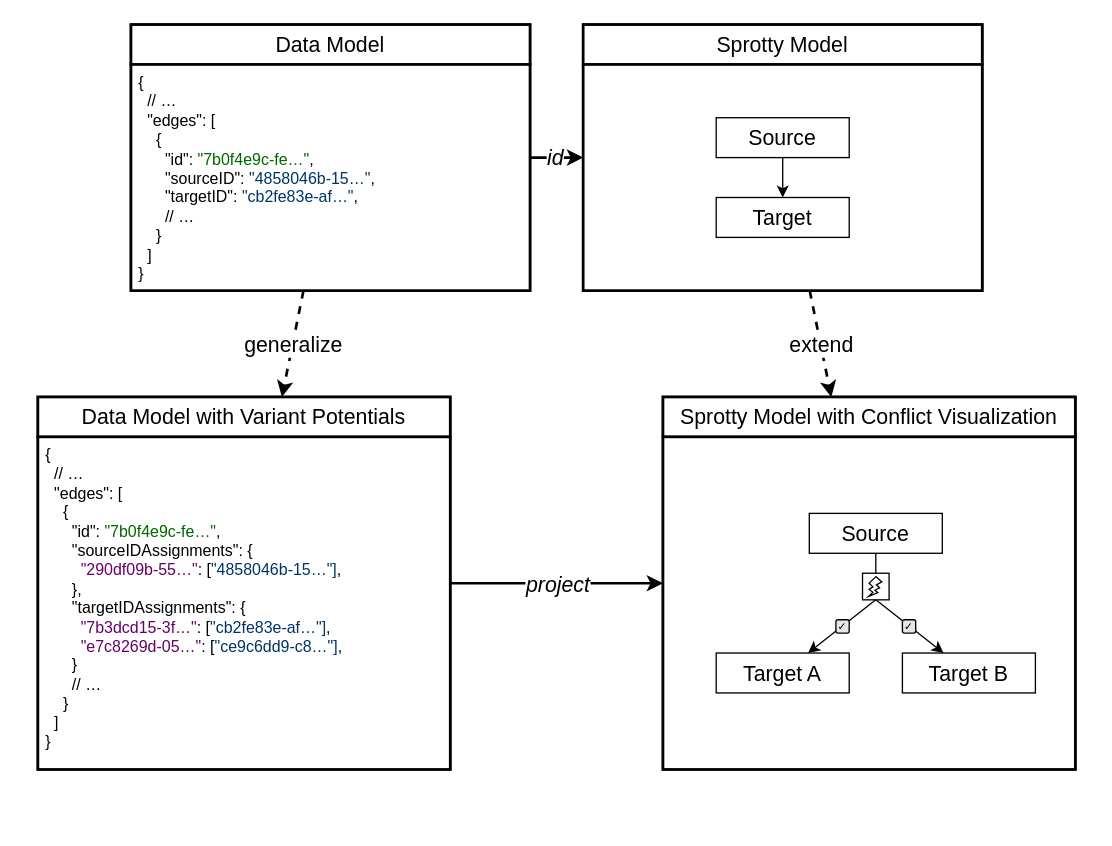
Earlier version of the draw.io diagram docs/vuepress/src/content/developer-guide/overview/assets/lazy-merging.drawio (SoweluAvanzo/DAO-ML_Cinco_Cloud_Editor). Source tidied: cells renumbered, new cells numbered last; positions are measured from the earlier drawing's top-left corner, leaving out a move shared by most shapes. Both pictures are drawn from the tidied source at 133%, with x=0, y=0 at pixel (37, 24).
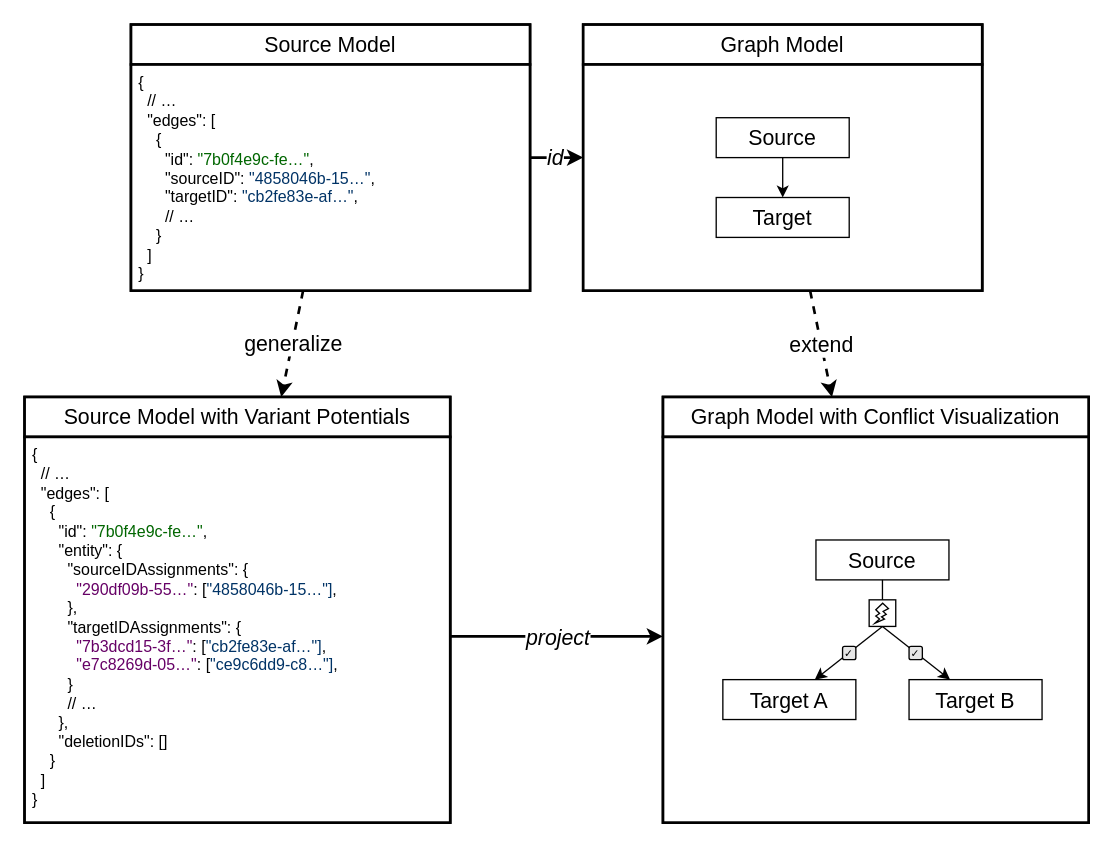
The same page after the edit.

Commit message (it also covers changes not shown here):
lazy merging: Model edit/delete conflicts in illustration

See #325

Diff of the diagram source:
```diff
@@
-    <mxCell id="10" style="edgeStyle=none;html=1;fontSize=16;fontFamily=Fira;strokeWidth=2;" parent="1" edge="1" source="12" target="13">
-      <mxGeometry relative="1" as="geometry" />
+    <mxCell id="10" style="edgeStyle=none;html=1;fontSize=16;fontFamily=Fira;strokeWidth=2;" parent="1" edge="1">
+      <mxGeometry relative="1" as="geometry">
+        <mxPoint x="310" y="460" as="sourcePoint" />
+        <mxPoint x="470" y="460" as="targetPoint" />
+      </mxGeometry>
     </mxCell>
@@
     <mxCell id="12" style="rounded=0;whiteSpace=wrap;html=1;fontSize=16;fontFamily=Fira;strokeWidth=2;" parent="1" vertex="1">
-      <mxGeometry y="280" width="310" height="280" as="geometry" />
+      <mxGeometry x="-10" y="280" width="320" height="320" as="geometry" />
     </mxCell>
     <mxCell id="13" style="rounded=0;whiteSpace=wrap;html=1;fontSize=16;fontFamily=Fira;strokeWidth=2;" parent="1" vertex="1">
-      <mxGeometry x="470" y="280" width="310" height="280" as="geometry" />
+      <mxGeometry x="470" y="280" width="320" height="320" as="geometry" />
     </mxCell>
-    <mxCell id="14" value="Data Model" style="rounded=0;whiteSpace=wrap;html=1;fontSize=16;fontFamily=Fira;strokeWidth=2;" parent="1" vertex="1">
+    <mxCell id="14" value="Source Model" style="rounded=0;whiteSpace=wrap;html=1;fontSize=16;fontFamily=Fira;strokeWidth=2;" parent="1" vertex="1">
       <mxGeometry x="70" width="300" height="30" as="geometry" />
     </mxCell>
-    <mxCell id="15" value="Sprotty Model" style="rounded=0;whiteSpace=wrap;html=1;fontSize=16;fontFamily=Fira;strokeWidth=2;" parent="1" vertex="1">
+    <mxCell id="15" value="Graph Model" style="rounded=0;whiteSpace=wrap;html=1;fontSize=16;fontFamily=Fira;strokeWidth=2;" parent="1" vertex="1">
       <mxGeometry x="410" width="300" height="30" as="geometry" />
     </mxCell>
-    <mxCell id="16" value="Data Model with Variant Potentials" style="rounded=0;whiteSpace=wrap;html=1;fontSize=16;fontFamily=Fira;strokeWidth=2;" parent="1" vertex="1">
-      <mxGeometry y="280" width="310" height="30" as="geometry" />
+    <mxCell id="16" value="Source Model with Variant Potentials" style="rounded=0;whiteSpace=wrap;html=1;fontSize=16;fontFamily=Fira;strokeWidth=2;" parent="1" vertex="1">
+      <mxGeometry x="-10" y="280" width="320" height="30" as="geometry" />
     </mxCell>
-    <mxCell id="17" value="Sprotty Model with Conflict Visualization" style="rounded=0;whiteSpace=wrap;html=1;fontSize=16;fontFamily=Fira;strokeWidth=2;" parent="1" vertex="1">
-      <mxGeometry x="470" y="280" width="310" height="30" as="geometry" />
+    <mxCell id="17" value="Graph Model with Conflict Visualization" style="rounded=0;whiteSpace=wrap;html=1;fontSize=16;fontFamily=Fira;strokeWidth=2;" parent="1" vertex="1">
+      <mxGeometry x="470" y="280" width="320" height="30" as="geometry" />
     </mxCell>
@@
-    <mxCell id="19" value="{&lt;br style=&quot;border-color: var(--border-color);&quot;&gt;&amp;nbsp; // …&lt;br style=&quot;border-color: var(--border-color);&quot;&gt;&amp;nbsp; &quot;edges&quot;: [&lt;br style=&quot;border-color: var(--border-color);&quot;&gt;&amp;nbsp; &amp;nbsp; {&lt;br style=&quot;border-color: var(--border-color);&quot;&gt;&amp;nbsp; &amp;nbsp; &amp;nbsp; &quot;id&quot;: &lt;font color=&quot;#006600&quot;&gt;&quot;7b0f4e9c-fe…&quot;&lt;/font&gt;,&lt;br style=&quot;border-color: var(--border-color);&quot;&gt;&amp;nbsp; &amp;nbsp; &amp;nbsp; &quot;sourceIDAssignments&quot;: {&lt;br&gt;&amp;nbsp; &amp;nbsp; &amp;nbsp; &amp;nbsp; &lt;font color=&quot;#660066&quot;&gt;&quot;290df09b-55…&quot;&lt;/font&gt;: [&lt;font color=&quot;#003366&quot;&gt;&quot;4858046b-15…&quot;]&lt;/font&gt;,&lt;br&gt;&amp;nbsp; &amp;nbsp; &amp;nbsp; },&lt;br style=&quot;border-color: var(--border-color);&quot;&gt;&amp;nbsp; &amp;nbsp; &amp;nbsp; &quot;targetIDAssignments&quot;: {&lt;br style=&quot;border-color: var(--border-color);&quot;&gt;&amp;nbsp; &amp;nbsp; &amp;nbsp; &amp;nbsp; &lt;font color=&quot;#660066&quot;&gt;&quot;7b3dcd15-3f…&quot;&lt;/font&gt;: [&lt;font color=&quot;#003366&quot;&gt;&quot;cb2fe83e-af…&quot;]&lt;/font&gt;,&lt;br style=&quot;border-color: var(--border-color);&quot;&gt;&amp;nbsp; &amp;nbsp; &amp;nbsp; &amp;nbsp; &lt;font color=&quot;#660066&quot;&gt;&quot;e7c8269d-05…&quot;&lt;/font&gt;: [&lt;font color=&quot;#003366&quot;&gt;&quot;ce9c6dd9-c8…&quot;]&lt;/font&gt;,&lt;br&gt;&amp;nbsp; &amp;nbsp; &amp;nbsp; }&lt;br style=&quot;border-color: var(--border-color);&quot;&gt;&amp;nbsp; &amp;nbsp; &amp;nbsp; // …&lt;br style=&quot;border-color: var(--border-color);&quot;&gt;&amp;nbsp; &amp;nbsp; }&lt;br style=&quot;border-color: var(--border-color);&quot;&gt;&amp;nbsp; ]&lt;br style=&quot;border-color: var(--border-color);&quot;&gt;}" style="rounded=0;whiteSpace=wrap;html=1;fontFamily=Source Code Pro;fontSize=12;align=left;verticalAlign=top;strokeWidth=2;spacingLeft=4;" parent="1" vertex="1">
-      <mxGeometry y="310" width="310" height="250" as="geometry" />
+    <mxCell id="19" value="{&lt;br style=&quot;border-color: var(--border-color);&quot;&gt;&amp;nbsp; // …&lt;br style=&quot;border-color: var(--border-color);&quot;&gt;&amp;nbsp; &quot;edges&quot;: [&lt;br style=&quot;border-color: var(--border-color);&quot;&gt;&amp;nbsp; &amp;nbsp; {&lt;br&gt;&amp;nbsp; &amp;nbsp; &amp;nbsp; &quot;id&quot;:&amp;nbsp;&lt;font style=&quot;border-color: var(--border-color);&quot; color=&quot;#006600&quot;&gt;&quot;7b0f4e9c-fe…&quot;&lt;/font&gt;,&lt;br&gt;&amp;nbsp; &amp;nbsp; &amp;nbsp; &quot;entity&quot;: {&lt;br style=&quot;border-color: var(--border-color);&quot;&gt;&amp;nbsp; &amp;nbsp; &amp;nbsp; &amp;nbsp; &quot;sourceIDAssignments&quot;: {&lt;br&gt;&amp;nbsp; &amp;nbsp; &amp;nbsp; &amp;nbsp; &amp;nbsp;&amp;nbsp;&lt;font color=&quot;#660066&quot;&gt;&quot;290df09b-55…&quot;&lt;/font&gt;: [&lt;font color=&quot;#003366&quot;&gt;&quot;4858046b-15…&quot;]&lt;/font&gt;,&lt;br&gt;&amp;nbsp; &amp;nbsp; &amp;nbsp; &amp;nbsp; },&lt;br style=&quot;border-color: var(--border-color);&quot;&gt;&amp;nbsp; &amp;nbsp; &amp;nbsp; &amp;nbsp; &quot;targetIDAssignments&quot;: {&lt;br style=&quot;border-color: var(--border-color);&quot;&gt;&amp;nbsp; &amp;nbsp; &amp;nbsp; &amp;nbsp; &amp;nbsp;&amp;nbsp;&lt;font color=&quot;#660066&quot;&gt;&quot;7b3dcd15-3f…&quot;&lt;/font&gt;: [&lt;font color=&quot;#003366&quot;&gt;&quot;cb2fe83e-af…&quot;]&lt;/font&gt;,&lt;br style=&quot;border-color: var(--border-color);&quot;&gt;&amp;nbsp; &amp;nbsp; &amp;nbsp; &amp;nbsp; &amp;nbsp;&amp;nbsp;&lt;font color=&quot;#660066&quot;&gt;&quot;e7c8269d-05…&quot;&lt;/font&gt;: [&lt;font color=&quot;#003366&quot;&gt;&quot;ce9c6dd9-c8…&quot;]&lt;/font&gt;,&lt;br&gt;&amp;nbsp; &amp;nbsp; &amp;nbsp; &amp;nbsp; }&lt;br style=&quot;border-color: var(--border-color);&quot;&gt;&amp;nbsp; &amp;nbsp; &amp;nbsp; &amp;nbsp; // …&lt;br&gt;&amp;nbsp; &amp;nbsp; &amp;nbsp; },&lt;br&gt;&amp;nbsp; &amp;nbsp; &amp;nbsp; &quot;deletionIDs&quot;: []&lt;br style=&quot;border-color: var(--border-color);&quot;&gt;&amp;nbsp; &amp;nbsp; }&lt;br style=&quot;border-color: var(--border-color);&quot;&gt;&amp;nbsp; ]&lt;br style=&quot;border-color: var(--border-color);&quot;&gt;}" style="rounded=0;whiteSpace=wrap;html=1;fontFamily=Source Code Pro;fontSize=12;align=left;verticalAlign=top;strokeWidth=2;spacingLeft=4;" parent="1" vertex="1">
+      <mxGeometry x="-10" y="310" width="320" height="290" as="geometry" />
     </mxCell>
@@
     <mxCell id="24" style="rounded=0;whiteSpace=wrap;html=1;fontFamily=Source Code Pro;fontSize=12;fontColor=#003366;strokeWidth=2;" parent="1" vertex="1">
-      <mxGeometry x="470" y="310" width="310" height="250" as="geometry" />
+      <mxGeometry x="470" y="310" width="320" height="290" as="geometry" />
     </mxCell>
     <mxCell id="25" value="&lt;span style=&quot;font-size: 16px;&quot;&gt;Source&lt;/span&gt;" style="rounded=0;whiteSpace=wrap;html=1;fontSize=16;fontFamily=Fira;" parent="1" vertex="1">
-      <mxGeometry x="580" y="367.5" width="100" height="30" as="geometry" />
+      <mxGeometry x="585" y="387.5" width="100" height="30" as="geometry" />
     </mxCell>
     <mxCell id="26" value="&lt;span style=&quot;font-size: 16px;&quot;&gt;Target A&lt;/span&gt;" style="rounded=0;whiteSpace=wrap;html=1;fontSize=16;fontFamily=Fira;" parent="1" vertex="1">
-      <mxGeometry x="510" y="472.5" width="100" height="30" as="geometry" />
+      <mxGeometry x="515" y="492.5" width="100" height="30" as="geometry" />
     </mxCell>
     <mxCell id="27" value="&lt;span style=&quot;font-size: 16px;&quot;&gt;Target B&lt;/span&gt;" style="rounded=0;whiteSpace=wrap;html=1;fontSize=16;fontFamily=Fira;" parent="1" vertex="1">
-      <mxGeometry x="650" y="472.5" width="100" height="30" as="geometry" />
+      <mxGeometry x="655" y="492.5" width="100" height="30" as="geometry" />
     </mxCell>
@@
     <mxCell id="31" value="✓" style="rounded=1;whiteSpace=wrap;html=1;fontSize=8;fillColor=#E6E6E6;" parent="1" vertex="1">
-      <mxGeometry x="650" y="447.5" width="10" height="10" as="geometry" />
+      <mxGeometry x="655" y="467.5" width="10" height="10" as="geometry" />
     </mxCell>
     <mxCell id="32" value="✓" style="rounded=1;whiteSpace=wrap;html=1;fontSize=8;fillColor=#E6E6E6;" parent="1" vertex="1">
-      <mxGeometry x="600" y="447.5" width="10" height="10" as="geometry" />
+      <mxGeometry x="605" y="467.5" width="10" height="10" as="geometry" />
     </mxCell>
     <mxCell id="33" style="rounded=0;whiteSpace=wrap;html=1;fontSize=16;fontFamily=Fira;" parent="1" vertex="1">
-      <mxGeometry x="620" y="412.5" width="20" height="20" as="geometry" />
+      <mxGeometry x="625" y="432.5" width="20" height="20" as="geometry" />
     </mxCell>
     <mxCell id="34" style="verticalLabelPosition=bottom;verticalAlign=top;html=1;shape=mxgraph.basic.flash;fontSize=16;fontFamily=Fira;" parent="1" vertex="1">
-      <mxGeometry x="624.5" y="415" width="10" height="15" as="geometry" />
+      <mxGeometry x="629.5" y="435" width="10" height="15" as="geometry" />
     </mxCell>
```
